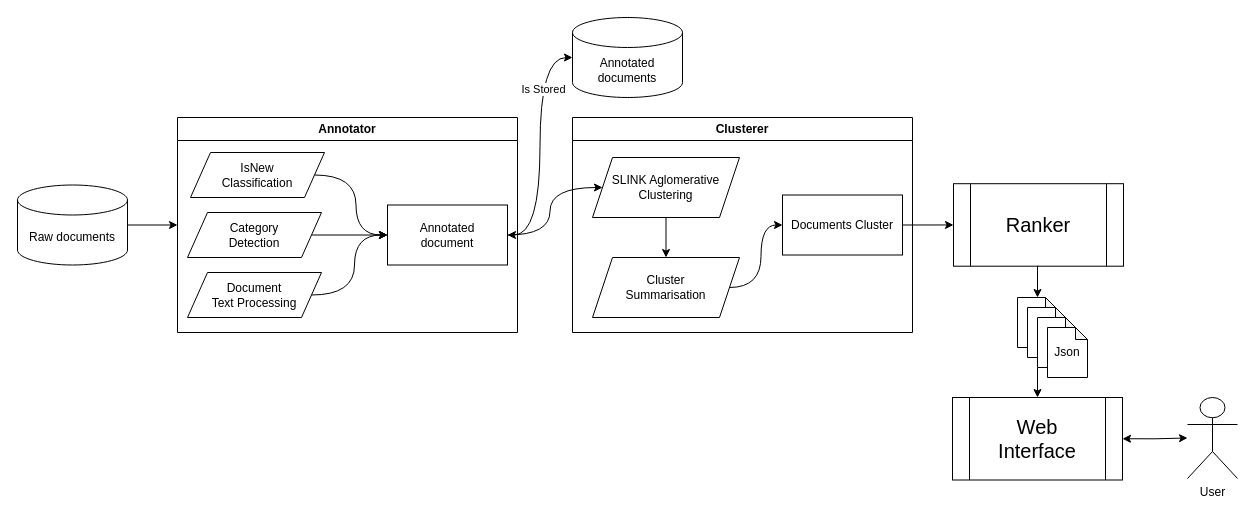
The draw.io diagram postly.drawio in lllchak/postly, before the edit. Source tidied: cells renumbered, new cells numbered last; positions are measured from the earlier drawing's top-left corner, leaving out a move shared by most shapes. Both pictures are drawn from the tidied source at 100%, with x=0, y=0 at pixel (17, 17).
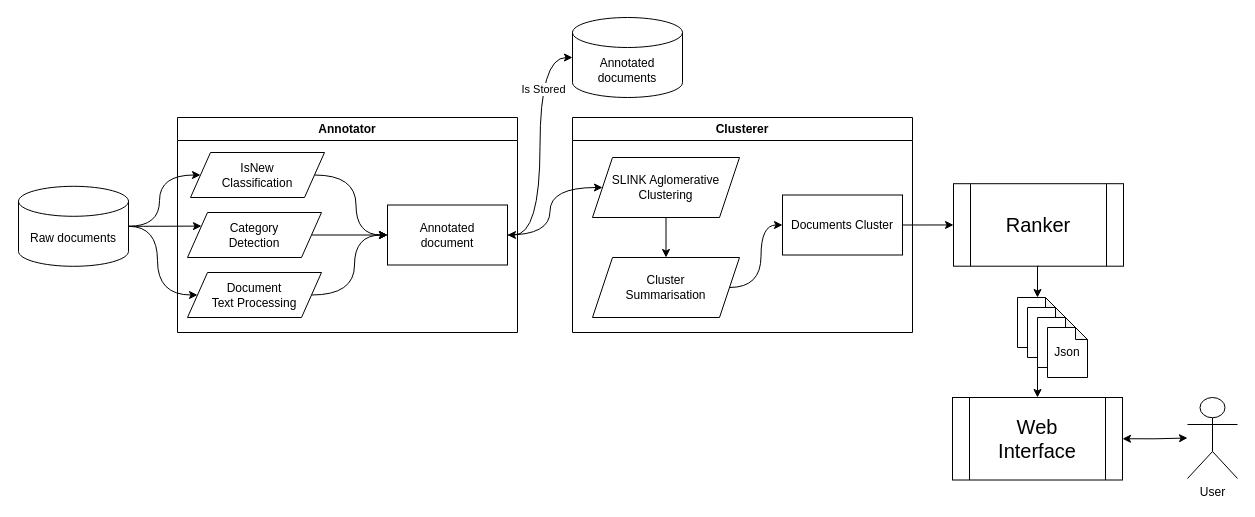
The same page after the edit.

Commit message:
master - architecture annotator logic fix

Unchanged cells that the change refers to:
```xml
<mxCell id="3" value="Annotator" style="swimlane;whiteSpace=wrap;html=1;" parent="1" vertex="1">
  <mxGeometry x="160" y="100" width="340" height="215" as="geometry" />
</mxCell>
<mxCell id="5" value="IsNew&lt;div&gt;Classification&lt;/div&gt;" style="shape=parallelogram;perimeter=parallelogramPerimeter;whiteSpace=wrap;html=1;fixedSize=1;" parent="3" vertex="1">
  <mxGeometry x="13" y="35" width="134" height="45" as="geometry" />
</mxCell>
<mxCell id="7" value="Category&lt;div&gt;Detection&lt;/div&gt;" style="shape=parallelogram;perimeter=parallelogramPerimeter;whiteSpace=wrap;html=1;fixedSize=1;" parent="3" vertex="1">
  <mxGeometry x="10" y="95" width="134" height="45" as="geometry" />
</mxCell>
<mxCell id="9" value="Document&lt;div&gt;Text Processing&lt;/div&gt;" style="shape=parallelogram;perimeter=parallelogramPerimeter;whiteSpace=wrap;html=1;fixedSize=1;" parent="3" vertex="1">
  <mxGeometry x="10" y="155" width="134" height="45" as="geometry" />
</mxCell>
```

Diff of the diagram source:
```diff
@@
+    <mxCell id="33" style="edgeStyle=orthogonalEdgeStyle;rounded=0;jettySize=auto;html=1;exitX=1;exitY=0.5;exitDx=0;exitDy=0;exitPerimeter=0;entryX=0;entryY=0.5;entryDx=0;entryDy=0;curved=1;" parent="1" edge="1" source="2" target="5">
+      <mxGeometry relative="1" as="geometry" />
+    </mxCell>
+    <mxCell id="34" style="edgeStyle=orthogonalEdgeStyle;rounded=0;jettySize=auto;html=1;exitX=1;exitY=0.5;exitDx=0;exitDy=0;exitPerimeter=0;entryX=0;entryY=0.25;entryDx=0;entryDy=0;curved=1;" parent="1" edge="1" source="2" target="7">
+      <mxGeometry relative="1" as="geometry" />
+    </mxCell>
+    <mxCell id="35" style="edgeStyle=orthogonalEdgeStyle;rounded=0;jettySize=auto;html=1;exitX=1;exitY=0.5;exitDx=0;exitDy=0;exitPerimeter=0;entryX=0;entryY=0.5;entryDx=0;entryDy=0;curved=1;" parent="1" edge="1" source="2" target="9">
+      <mxGeometry relative="1" as="geometry">
+        <Array as="points">
+          <mxPoint x="140" y="209" />
+          <mxPoint x="140" y="278" />
+        </Array>
+      </mxGeometry>
+    </mxCell>
     <mxCell id="2" value="Raw documents" style="shape=cylinder3;whiteSpace=wrap;html=1;boundedLbl=1;backgroundOutline=1;size=15;" parent="1" vertex="1">
-      <mxGeometry y="167.5" width="110" height="80" as="geometry" />
+      <mxGeometry x="1" y="168.8" width="110" height="80" as="geometry" />
     </mxCell>
@@
-    <mxCell id="12" style="edgeStyle=orthogonalEdgeStyle;rounded=0;jettySize=auto;html=1;exitX=1;exitY=0.5;exitDx=0;exitDy=0;exitPerimeter=0;entryX=0;entryY=0.5;entryDx=0;entryDy=0;" parent="1" edge="1" source="2" target="3">
-      <mxGeometry relative="1" as="geometry" />
-    </mxCell>
```
